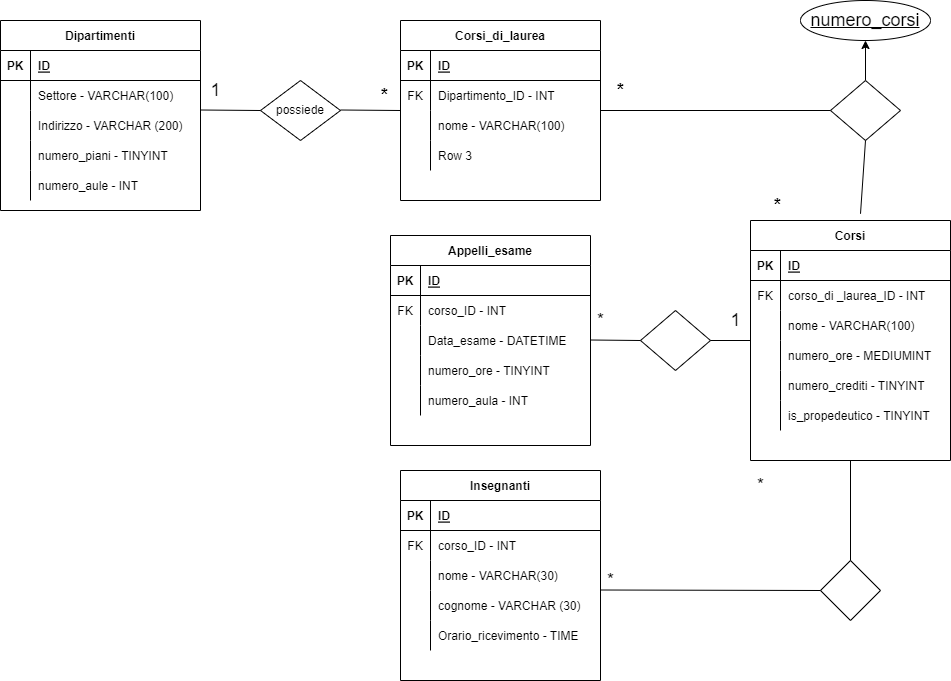
Earlier version of the draw.io export Untitled Diagram.drawio.png (SimonCook99/db-univeristy). Source tidied: cells renumbered, new cells last; positions are measured from the earlier drawing's top-left corner, leaving out a move shared by most shapes.
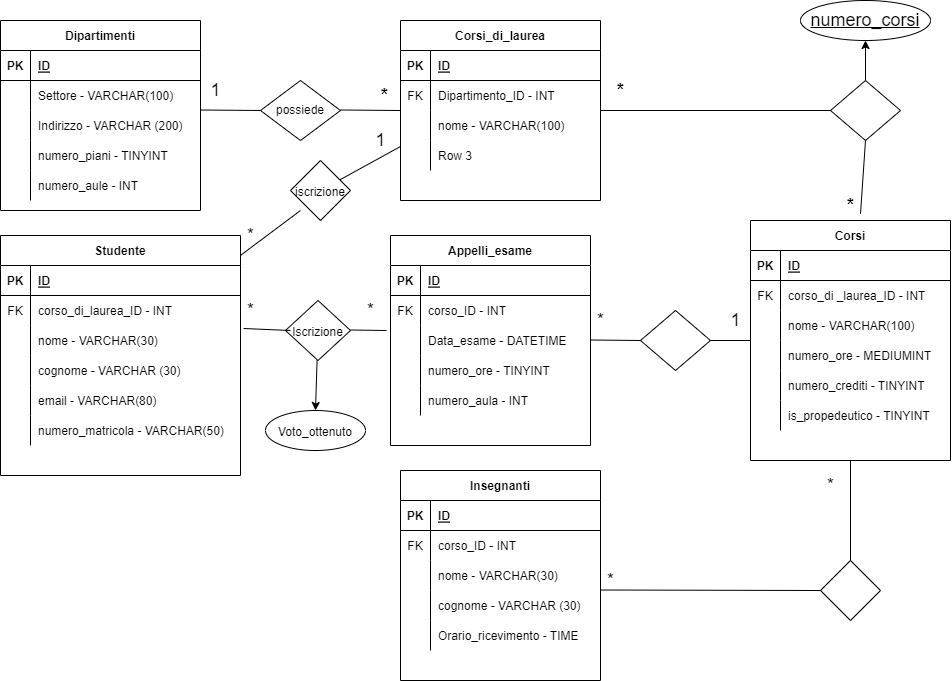
After the change.

Commit message:
Esercizio completato

Change to the diagram source:
```diff
@@ -185,7 +185,7 @@
       <mxGeometry x="610" y="75" width="20" height="30" as="geometry" />
     </mxCell>
     <mxCell id="60" value="&lt;b&gt;*&lt;/b&gt;" style="text;html=1;align=center;verticalAlign=middle;strokeColor=none;fillColor=none;fontSize=18;" parent="1" vertex="1">
-      <mxGeometry x="767" y="190" width="20" height="30" as="geometry" />
+      <mxGeometry x="840" y="190" width="20" height="30" as="geometry" />
     </mxCell>
     <mxCell id="61" value="numero_corsi" style="ellipse;whiteSpace=wrap;html=1;align=center;fontStyle=4;fontSize=18;" parent="1" vertex="1">
       <mxGeometry x="800" width="130" height="40" as="geometry" />
@@ -256,7 +256,7 @@
       <mxGeometry x="600" y="565" width="20" height="30" as="geometry" />
     </mxCell>
     <mxCell id="83" value="*" style="text;html=1;align=center;verticalAlign=middle;strokeColor=none;fillColor=none;fontSize=18;" parent="1" vertex="1">
-      <mxGeometry x="750" y="470" width="20" height="30" as="geometry" />
+      <mxGeometry x="820" y="470" width="20" height="30" as="geometry" />
     </mxCell>
     <mxCell id="84" value="Appelli_esame" style="shape=table;startSize=30;rowLines=0;fontStyle=1;align=center;" parent="1" vertex="1">
       <mxGeometry x="390" y="235" width="200" height="210" as="geometry" />
@@ -326,5 +326,102 @@
     <mxCell id="104" value="1" style="text;html=1;align=center;verticalAlign=middle;strokeColor=none;fillColor=none;fontSize=18;" parent="1" vertex="1">
       <mxGeometry x="720" y="305" width="30" height="30" as="geometry" />
     </mxCell>
+    <mxCell id="105" value="Studente" style="shape=table;startSize=30;rowLines=0;fontStyle=1;align=center;" parent="1" vertex="1">
+      <mxGeometry y="235" width="240" height="240" as="geometry" />
+    </mxCell>
+    <mxCell id="106" style="shape=tableRow;horizontal=0;startSize=0;swimlaneHead=0;swimlaneBody=0;fillColor=none;top=0;left=0;right=0;bottom=1;" parent="105" vertex="1">
+      <mxGeometry y="30" width="240" height="30" as="geometry" />
+    </mxCell>
+    <mxCell id="107" value="PK" style="shape=partialRectangle;fillColor=none;top=0;left=0;bottom=0;right=0;fontStyle=1;overflow=hidden;" parent="106" vertex="1">
+      <mxGeometry width="30" height="30" as="geometry" />
+    </mxCell>
+    <mxCell id="108" value="ID" style="shape=partialRectangle;fillColor=none;top=0;left=0;bottom=0;right=0;align=left;spacingLeft=6;fontStyle=5;overflow=hidden;" parent="106" vertex="1">
+      <mxGeometry x="30" width="210" height="30" as="geometry" />
+    </mxCell>
+    <mxCell id="109" style="shape=tableRow;horizontal=0;startSize=0;swimlaneHead=0;swimlaneBody=0;fillColor=none;top=0;left=0;right=0;bottom=0;" parent="105" vertex="1">
+      <mxGeometry y="60" width="240" height="30" as="geometry" />
+    </mxCell>
+    <mxCell id="110" value="FK" style="shape=partialRectangle;fillColor=none;top=0;left=0;bottom=0;right=0;overflow=hidden;" parent="109" vertex="1">
+      <mxGeometry width="30" height="30" as="geometry" />
+    </mxCell>
+    <mxCell id="111" value="corso_di_laurea_ID - INT" style="shape=partialRectangle;fillColor=none;top=0;left=0;bottom=0;right=0;align=left;spacingLeft=6;overflow=hidden;" parent="109" vertex="1">
+      <mxGeometry x="30" width="210" height="30" as="geometry" />
+    </mxCell>
+    <mxCell id="112" style="shape=tableRow;horizontal=0;startSize=0;swimlaneHead=0;swimlaneBody=0;fillColor=none;points=[[0,0.5],[1,0.5]];portConstraint=eastwest;top=0;left=0;right=0;bottom=0;" parent="105" vertex="1">
+      <mxGeometry y="90" width="240" height="30" as="geometry" />
+    </mxCell>
+    <mxCell id="113" style="shape=partialRectangle;fillColor=none;top=0;left=0;bottom=0;right=0;overflow=hidden;" parent="112" vertex="1">
+      <mxGeometry width="30" height="30" as="geometry" />
+    </mxCell>
+    <mxCell id="114" value="nome - VARCHAR(30)" style="shape=partialRectangle;fillColor=none;top=0;left=0;bottom=0;right=0;align=left;spacingLeft=6;overflow=hidden;" parent="112" vertex="1">
+      <mxGeometry x="30" width="210" height="30" as="geometry" />
+    </mxCell>
+    <mxCell id="115" style="shape=tableRow;horizontal=0;startSize=0;swimlaneHead=0;swimlaneBody=0;fillColor=none;top=0;left=0;right=0;bottom=0;" parent="105" vertex="1">
+      <mxGeometry y="120" width="240" height="30" as="geometry" />
+    </mxCell>
+    <mxCell id="116" style="shape=partialRectangle;fillColor=none;top=0;left=0;bottom=0;right=0;overflow=hidden;" parent="115" vertex="1">
+      <mxGeometry width="30" height="30" as="geometry" />
+    </mxCell>
+    <mxCell id="117" value="cognome - VARCHAR (30)" style="shape=partialRectangle;fillColor=none;top=0;left=0;bottom=0;right=0;align=left;spacingLeft=6;overflow=hidden;" parent="115" vertex="1">
+      <mxGeometry x="30" width="210" height="30" as="geometry" />
+    </mxCell>
+    <mxCell id="118" style="shape=tableRow;horizontal=0;startSize=0;swimlaneHead=0;swimlaneBody=0;fillColor=none;top=0;left=0;right=0;bottom=0;" parent="105" vertex="1">
+      <mxGeometry y="150" width="240" height="30" as="geometry" />
+    </mxCell>
+    <mxCell id="119" style="shape=partialRectangle;fillColor=none;top=0;left=0;bottom=0;right=0;overflow=hidden;" parent="118" vertex="1">
+      <mxGeometry width="30" height="30" as="geometry" />
+    </mxCell>
+    <mxCell id="120" value="email - VARCHAR(80)" style="shape=partialRectangle;fillColor=none;top=0;left=0;bottom=0;right=0;align=left;spacingLeft=6;overflow=hidden;" parent="118" vertex="1">
+      <mxGeometry x="30" width="210" height="30" as="geometry" />
+    </mxCell>
+    <mxCell id="121" style="shape=tableRow;horizontal=0;startSize=0;swimlaneHead=0;swimlaneBody=0;fillColor=none;top=0;left=0;right=0;bottom=0;" parent="105" vertex="1">
+      <mxGeometry y="180" width="240" height="30" as="geometry" />
+    </mxCell>
+    <mxCell id="122" style="shape=partialRectangle;fillColor=none;top=0;left=0;bottom=0;right=0;overflow=hidden;" parent="121" vertex="1">
+      <mxGeometry width="30" height="30" as="geometry" />
+    </mxCell>
+    <mxCell id="123" value="numero_matricola - VARCHAR(50)" style="shape=partialRectangle;fillColor=none;top=0;left=0;bottom=0;right=0;align=left;spacingLeft=6;overflow=hidden;" parent="121" vertex="1">
+      <mxGeometry x="30" width="210" height="30" as="geometry" />
+    </mxCell>
+    <mxCell id="124" value="&lt;font style=&quot;font-size: 12px&quot;&gt;iscrizione&lt;/font&gt;" style="shape=rhombus;perimeter=rhombusPerimeter;whiteSpace=wrap;html=1;align=center;fontSize=18;" parent="1" vertex="1">
+      <mxGeometry x="290" y="160" width="60" height="60" as="geometry" />
+    </mxCell>
+    <mxCell id="125" style="endArrow=none;html=1;rounded=0;fontSize=18;exitX=1;exitY=0.083;exitDx=0;exitDy=0;exitPerimeter=0;entryX=0.167;entryY=0.833;entryDx=0;entryDy=0;entryPerimeter=0;" parent="1" edge="1" source="105" target="124">
+      <mxGeometry relative="1" as="geometry" />
+    </mxCell>
+    <mxCell id="126" style="endArrow=none;html=1;rounded=0;fontSize=18;entryX=0;entryY=0.2;entryDx=0;entryDy=0;entryPerimeter=0;" parent="1" edge="1" source="124" target="28">
+      <mxGeometry relative="1" as="geometry" />
+    </mxCell>
+    <mxCell id="127" value="1" style="text;html=1;align=center;verticalAlign=middle;strokeColor=none;fillColor=none;fontSize=18;" parent="1" vertex="1">
+      <mxGeometry x="365" y="125" width="30" height="30" as="geometry" />
+    </mxCell>
+    <mxCell id="128" value="*" style="text;html=1;align=center;verticalAlign=middle;strokeColor=none;fillColor=none;fontSize=18;" parent="1" vertex="1">
+      <mxGeometry x="240" y="220" width="20" height="30" as="geometry" />
+    </mxCell>
+    <mxCell id="129" style="edgeStyle=none;rounded=0;jettySize=auto;html=1;entryX=0.5;entryY=0;entryDx=0;entryDy=0;fontSize=12;" parent="1" edge="1" source="130" target="135">
+      <mxGeometry relative="1" as="geometry" />
+    </mxCell>
+    <mxCell id="130" value="&lt;font style=&quot;font-size: 12px&quot;&gt;Iscrizione&lt;/font&gt;" style="shape=rhombus;perimeter=rhombusPerimeter;whiteSpace=wrap;html=1;align=center;fontSize=18;" parent="1" vertex="1">
+      <mxGeometry x="285" y="300" width="65" height="60" as="geometry" />
+    </mxCell>
+    <mxCell id="131" style="endArrow=none;html=1;rounded=0;exitX=1.013;exitY=0.1;exitDx=0;exitDy=0;exitPerimeter=0;" parent="1" edge="1" source="112">
+      <mxGeometry relative="1" as="geometry">
+        <mxPoint x="290" y="330" as="targetPoint" />
+      </mxGeometry>
+    </mxCell>
+    <mxCell id="132" style="endArrow=none;html=1;rounded=0;entryX=-0.02;entryY=0.167;entryDx=0;entryDy=0;entryPerimeter=0;" parent="1" edge="1" target="91">
+      <mxGeometry relative="1" as="geometry">
+        <mxPoint x="350" y="329.5" as="sourcePoint" />
+      </mxGeometry>
+    </mxCell>
+    <mxCell id="133" value="&lt;font style=&quot;font-size: 18px&quot;&gt;*&lt;/font&gt;" style="text;html=1;align=center;verticalAlign=middle;strokeColor=none;fillColor=none;fontSize=12;" parent="1" vertex="1">
+      <mxGeometry x="360" y="300" width="20" height="20" as="geometry" />
+    </mxCell>
+    <mxCell id="134" value="*" style="text;html=1;align=center;verticalAlign=middle;strokeColor=none;fillColor=none;fontSize=18;" parent="1" vertex="1">
+      <mxGeometry x="240" y="295" width="20" height="30" as="geometry" />
+    </mxCell>
+    <mxCell id="135" value="&lt;font style=&quot;font-size: 12px&quot;&gt;Voto_ottenuto&lt;/font&gt;" style="ellipse;whiteSpace=wrap;html=1;align=center;fontSize=18;" parent="1" vertex="1">
+      <mxGeometry x="265" y="410" width="100" height="40" as="geometry" />
+    </mxCell>
   </root>
 </mxGraphModel>
```
